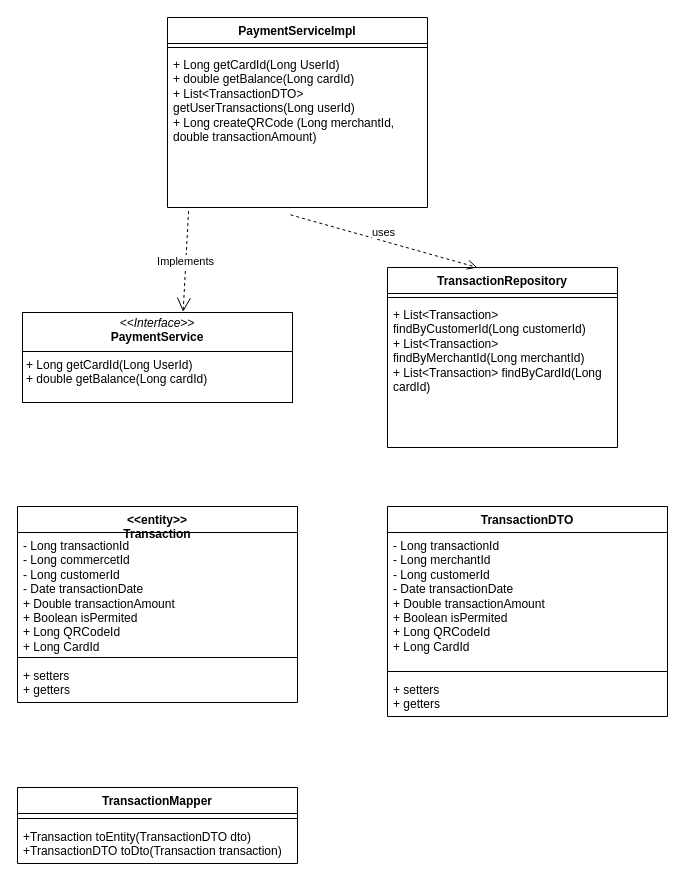
Above: Diagramme de classes PaymentService.drawio in msisitr/aventix-design (draw.io), before the change. Source tidied: cells renumbered, new cells numbered last; positions are measured from the earlier drawing's top-left corner, leaving out a move shared by most shapes. Both pictures are drawn from the tidied source at 100%, with x=0, y=0 at pixel (17, 17).
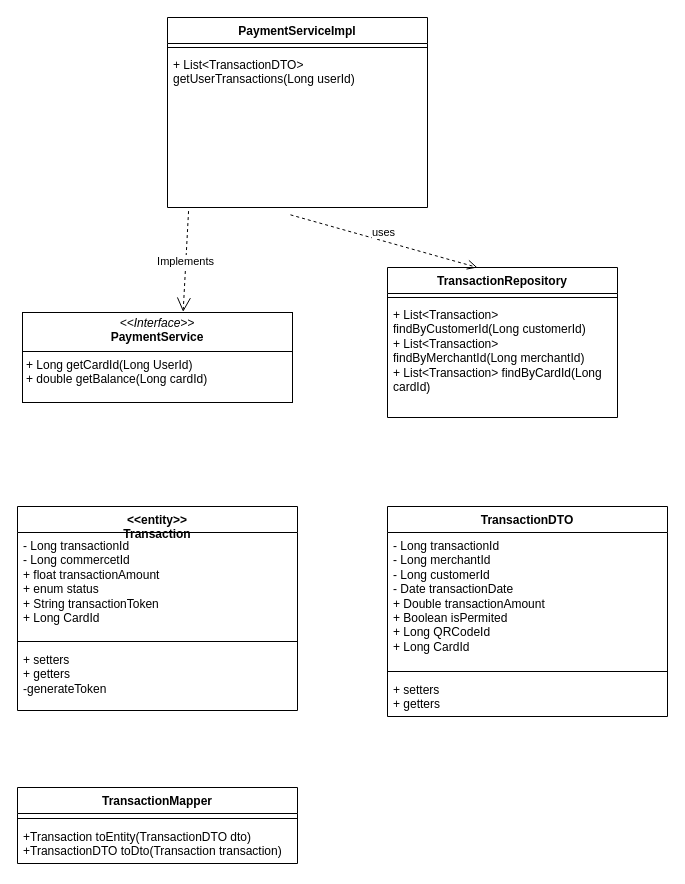
Above is the later version.

Commit message:
changes the details of Transaction

The change refers to these unchanged cells:
```xml
<mxCell id="4" value="PaymentServiceImpl" style="swimlane;fontStyle=1;align=center;verticalAlign=top;horizontal=1;startSize=26;whiteSpace=wrap;html=1;" parent="1" vertex="1">
  <mxGeometry x="150" width="260" height="190" as="geometry" />
</mxCell>
```

What changed in the source:
```diff
@@
-    <mxCell id="6" value="&lt;div&gt;+ Long getCardId(Long UserId)&lt;br&gt;+ double getBalance(Long cardId)&lt;/div&gt;&lt;div&gt;+ List&amp;lt;TransactionDTO&amp;gt; getUserTransactions(Long userId)&lt;/div&gt;&lt;div&gt;+ Long createQRCode (Long merchantId, double transactionAmount)&lt;/div&gt;&lt;div&gt;&lt;br&gt;&lt;/div&gt;&lt;div&gt;&amp;nbsp;&lt;/div&gt;&lt;div&gt;&lt;br&gt;&lt;/div&gt;&lt;div&gt;&lt;br&gt;&lt;/div&gt;&lt;div&gt;&lt;br&gt;&lt;/div&gt;" style="text;strokeColor=none;fillColor=none;align=left;verticalAlign=top;spacingLeft=4;spacingRight=4;overflow=hidden;points=[[0,0.5],[1,0.5]];portConstraint=eastwest;whiteSpace=wrap;html=1;" parent="4" vertex="1">
+    <mxCell id="6" value="&lt;div&gt;+ List&amp;lt;TransactionDTO&amp;gt; getUserTransactions(Long userId)&lt;/div&gt;&lt;div&gt;&lt;br&gt;&lt;/div&gt;&lt;div&gt;&lt;br&gt;&lt;/div&gt;&lt;div&gt;&amp;nbsp;&lt;/div&gt;&lt;div&gt;&lt;br&gt;&lt;/div&gt;&lt;div&gt;&lt;br&gt;&lt;/div&gt;&lt;div&gt;&lt;br&gt;&lt;/div&gt;" style="text;strokeColor=none;fillColor=none;align=left;verticalAlign=top;spacingLeft=4;spacingRight=4;overflow=hidden;points=[[0,0.5],[1,0.5]];portConstraint=eastwest;whiteSpace=wrap;html=1;" parent="4" vertex="1">
       <mxGeometry y="34" width="260" height="156" as="geometry" />
     </mxCell>
     <mxCell id="7" value="TransactionRepository" style="swimlane;fontStyle=1;align=center;verticalAlign=top;horizontal=1;startSize=26;whiteSpace=wrap;html=1;" parent="1" vertex="1">
-      <mxGeometry x="370" y="250" width="230" height="180" as="geometry" />
+      <mxGeometry x="370" y="250" width="230" height="150" as="geometry" />
     </mxCell>
@@
     <mxCell id="9" value="+ List&amp;lt;Transaction&amp;gt; findByCustomerId(Long customerId)&lt;div&gt;+ List&amp;lt;Transaction&amp;gt; findByMerchantId(Long merchantId)&lt;/div&gt;&lt;div&gt;+ List&amp;lt;Transaction&amp;gt; findByCardId(Long cardId)&lt;/div&gt;" style="text;strokeColor=none;fillColor=none;align=left;verticalAlign=top;spacingLeft=4;spacingRight=4;overflow=hidden;whiteSpace=wrap;html=1;" parent="7" vertex="1">
-      <mxGeometry y="34" width="230" height="146" as="geometry" />
+      <mxGeometry y="34" width="230" height="116" as="geometry" />
     </mxCell>
@@
     <mxCell id="11" value="&lt;div&gt;&amp;lt;&amp;lt;entity&amp;gt;&amp;gt;&lt;/div&gt;Transaction" style="swimlane;fontStyle=1;align=center;verticalAlign=top;horizontal=1;startSize=26;whiteSpace=wrap;html=1;" parent="1" vertex="1">
-      <mxGeometry y="489" width="280" height="196" as="geometry" />
+      <mxGeometry y="489" width="280" height="204" as="geometry" />
     </mxCell>
-    <mxCell id="12" value="- Long transactionId&lt;div&gt;- Long commercetId&lt;/div&gt;&lt;div&gt;- Long customerId&lt;/div&gt;&lt;div&gt;- Date transactionDate&lt;/div&gt;&lt;div&gt;+ Double transactionAmount&amp;nbsp;&lt;/div&gt;&lt;div&gt;+ Boolean isPermited&amp;nbsp;&lt;/div&gt;&lt;div&gt;+ Long QRCodeId&lt;/div&gt;&lt;div&gt;+ Long CardId&lt;/div&gt;&lt;div&gt;&lt;br&gt;&lt;/div&gt;&lt;div&gt;&lt;br&gt;&lt;/div&gt;&lt;div&gt;&lt;br&gt;&lt;/div&gt;" style="text;strokeColor=none;fillColor=none;align=left;verticalAlign=top;spacingLeft=4;spacingRight=4;overflow=hidden;whiteSpace=wrap;html=1;" parent="11" vertex="1">
-      <mxGeometry y="26" width="280" height="120" as="geometry" />
+    <mxCell id="12" value="- Long transactionId&lt;div&gt;- Long commercetId&lt;/div&gt;&lt;div&gt;+ float transactionAmount&amp;nbsp;&lt;/div&gt;&lt;div&gt;+ enum status&lt;/div&gt;&lt;div&gt;+ String transactionToken&lt;/div&gt;&lt;div&gt;+ Long CardId&lt;/div&gt;&lt;div&gt;&lt;br&gt;&lt;/div&gt;&lt;div&gt;&lt;br&gt;&lt;/div&gt;&lt;div&gt;&lt;br&gt;&lt;/div&gt;" style="text;strokeColor=none;fillColor=none;align=left;verticalAlign=top;spacingLeft=4;spacingRight=4;overflow=hidden;whiteSpace=wrap;html=1;" parent="11" vertex="1">
+      <mxGeometry y="26" width="280" height="104" as="geometry" />
     </mxCell>
     <mxCell id="13" style="line;strokeWidth=1;fillColor=none;align=left;verticalAlign=middle;spacingTop=-1;spacingLeft=3;spacingRight=3;labelPosition=right;strokeColor=inherit;" parent="11" vertex="1">
-      <mxGeometry y="146" width="280" height="10" as="geometry" />
+      <mxGeometry y="130" width="280" height="10" as="geometry" />
     </mxCell>
-    <mxCell id="14" value="+ setters&amp;nbsp;&lt;div&gt;+ getters&amp;nbsp;&lt;/div&gt;&lt;div&gt;&lt;br&gt;&lt;/div&gt;" style="text;strokeColor=none;fillColor=none;align=left;verticalAlign=top;spacingLeft=4;spacingRight=4;overflow=hidden;whiteSpace=wrap;html=1;" parent="11" vertex="1">
-      <mxGeometry y="156" width="280" height="40" as="geometry" />
+    <mxCell id="14" value="+ setters&amp;nbsp;&lt;div&gt;+ getters&lt;/div&gt;&lt;div&gt;-generateToken&lt;/div&gt;&lt;div&gt;&amp;nbsp;&lt;/div&gt;&lt;div&gt;&lt;br&gt;&lt;/div&gt;" style="text;strokeColor=none;fillColor=none;align=left;verticalAlign=top;spacingLeft=4;spacingRight=4;overflow=hidden;whiteSpace=wrap;html=1;" parent="11" vertex="1">
+      <mxGeometry y="140" width="280" height="64" as="geometry" />
     </mxCell>
```
